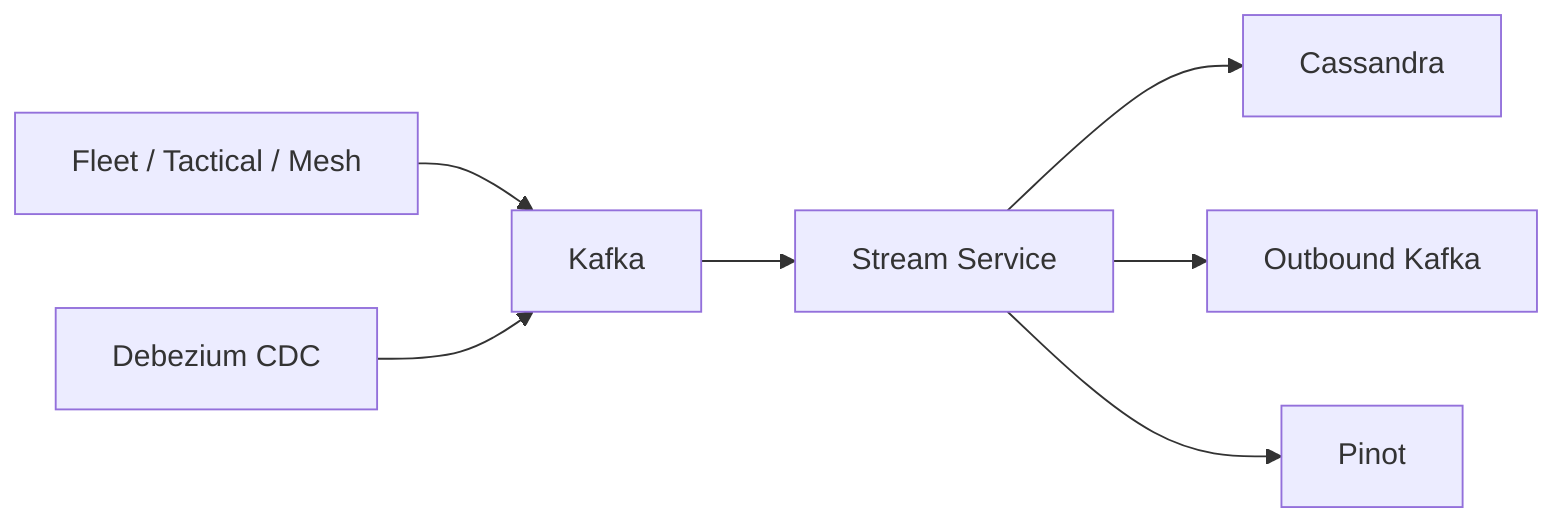
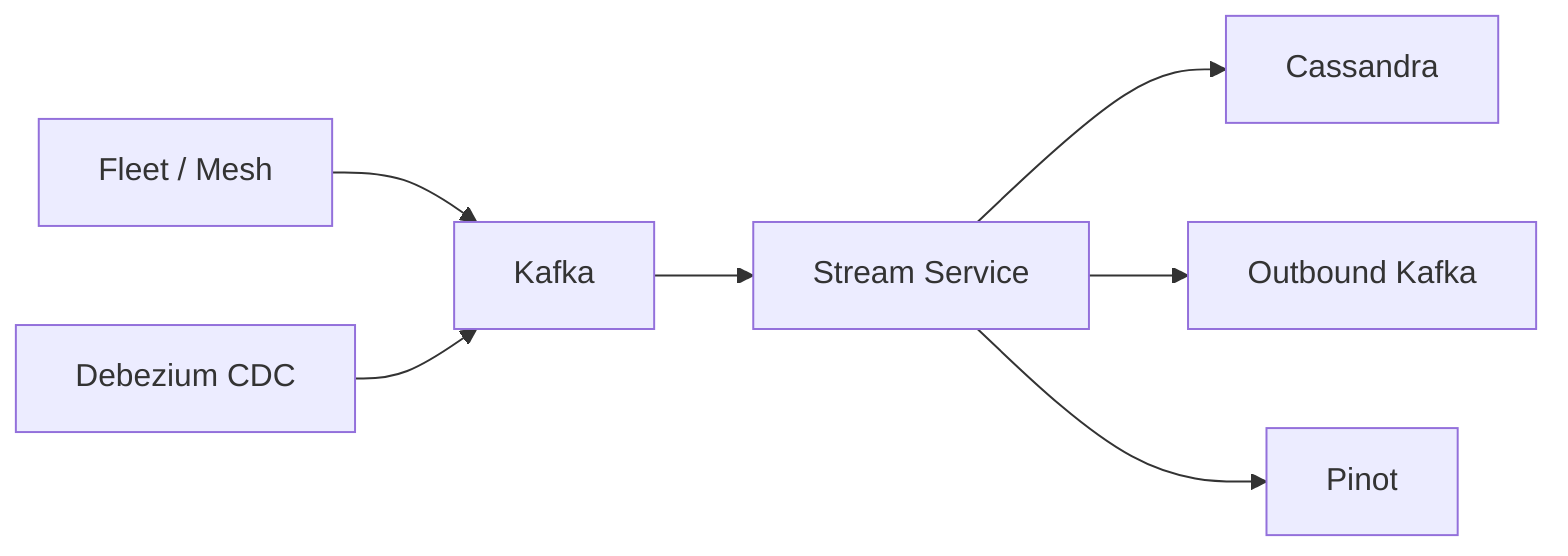
flowchart LR
-     Tools["Fleet / Tactical / Mesh"] --> Kafka
+     Tools["Fleet / Mesh"] --> Kafka
    MongoCDC["Debezium CDC"] --> Kafka
    Kafka --> Stream["Stream Service"]
    Stream --> Cassandra
    Stream --> KafkaOut["Outbound Kafka"]
    Stream --> Pinot
